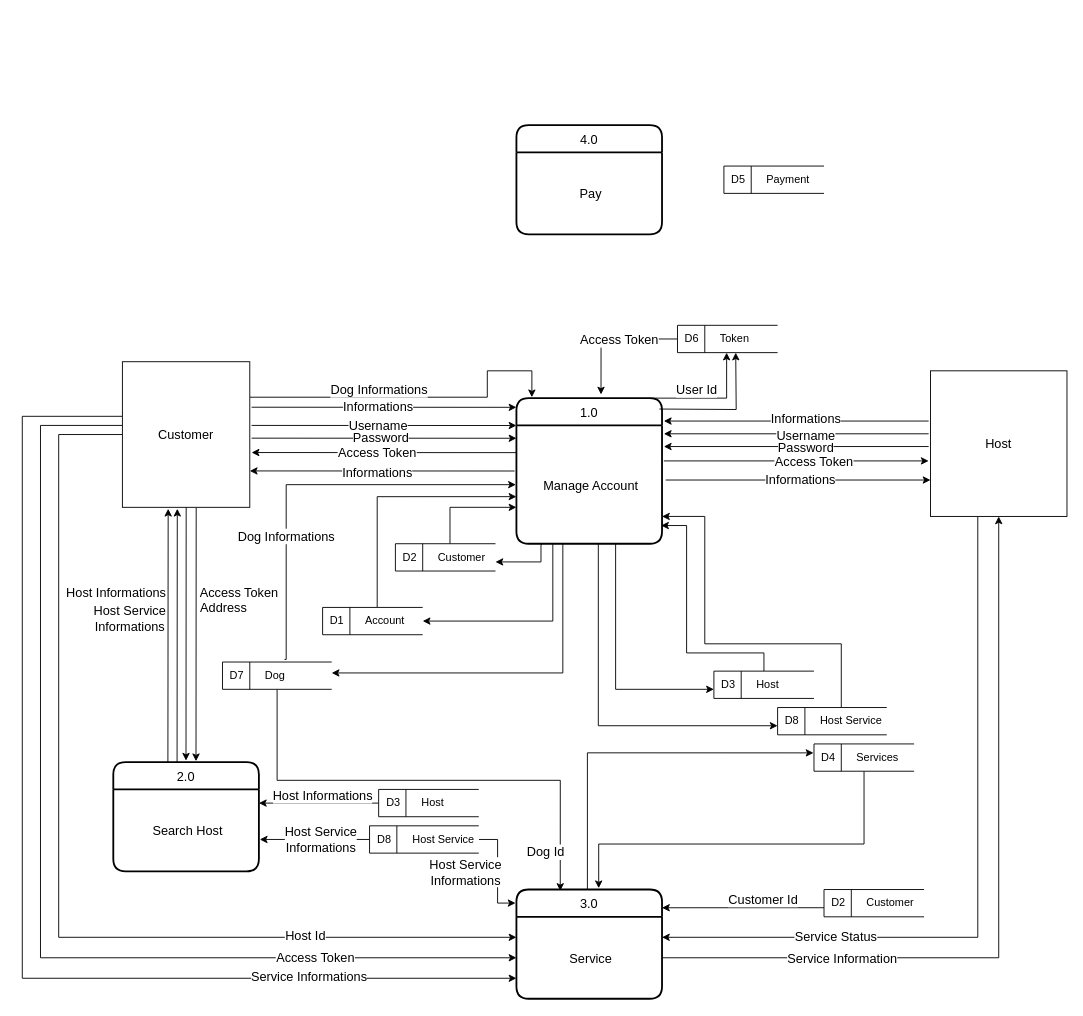
Earlier version of the draw.io diagram page "Level 0" (2 of 3) of ProjectProcesses/HostDog_5DFD/Hostdog_DFD_V3.drawio (Hostdogs/Project_Hostdog). Source tidied: cells renumbered, new cells numbered last; positions are measured from the earlier drawing's top-left corner, leaving out a move shared by most shapes. Both pictures are drawn from the tidied source at 91%, with x=0, y=0 at pixel (22, 125).
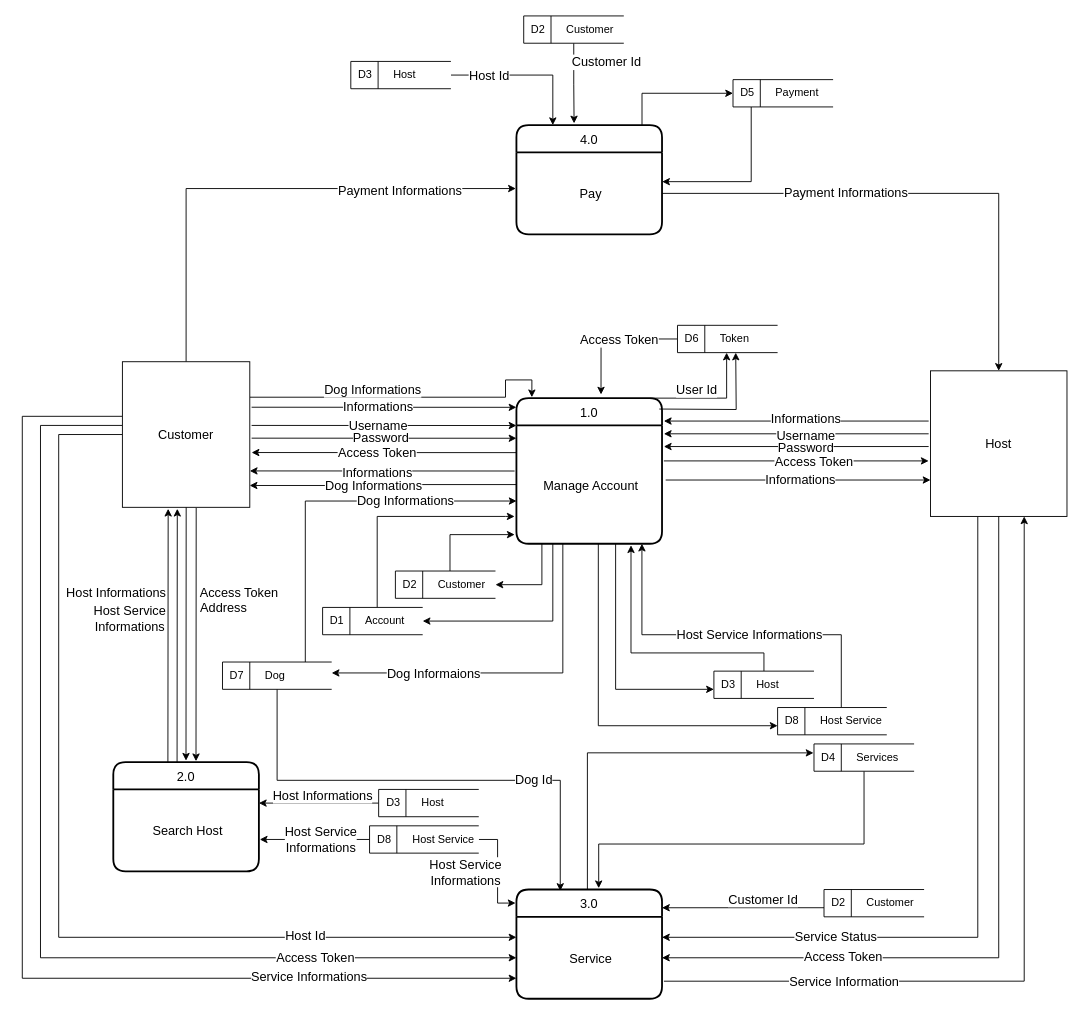
The same diagram, later.

The change refers to these unchanged cells:
```xml
<mxCell id="2" value="1.0" style="swimlane;horizontal=1;startSize=30;rounded=1;fontSize=14;fontStyle=0;strokeWidth=2;shadow=0;dashed=0;align=center;" parent="1" vertex="1">
  <mxGeometry x="543" y="300" width="160" height="160" as="geometry" />
</mxCell>
<mxCell id="3" value="Manage Account" style="align=center;strokeColor=none;fillColor=none;spacingLeft=4;fontSize=14;verticalAlign=middle;" parent="2" vertex="1">
  <mxGeometry y="30" width="160" height="130" as="geometry" />
</mxCell>
<mxCell id="7" value="3.0" style="swimlane;horizontal=1;startSize=30;rounded=1;fontSize=14;fontStyle=0;strokeWidth=2;shadow=0;dashed=0;align=center;" parent="1" vertex="1">
  <mxGeometry x="543" y="840" width="160" height="120" as="geometry" />
</mxCell>
<mxCell id="8" value="Service" style="align=center;strokeColor=none;fillColor=none;spacingLeft=4;fontSize=14;verticalAlign=middle;" parent="7" vertex="1">
  <mxGeometry y="30" width="160" height="90" as="geometry" />
</mxCell>
<mxCell id="9" value="4.0" style="swimlane;horizontal=1;startSize=30;rounded=1;fontSize=14;fontStyle=0;strokeWidth=2;shadow=0;dashed=0;align=center;" parent="1" vertex="1">
  <mxGeometry x="543" width="160" height="120" as="geometry" />
</mxCell>
<mxCell id="10" value="Pay" style="align=center;strokeColor=none;fillColor=none;spacingLeft=4;fontSize=14;verticalAlign=middle;" parent="9" vertex="1">
  <mxGeometry y="30" width="160" height="90" as="geometry" />
</mxCell>
<mxCell id="19" value="Customer" style="whiteSpace=wrap;html=1;align=center;fontSize=14;" parent="1" vertex="1">
  <mxGeometry x="110" y="260" width="140" height="160" as="geometry" />
</mxCell>
<mxCell id="22" value="Host" style="whiteSpace=wrap;html=1;align=center;fontSize=14;" parent="1" vertex="1">
  <mxGeometry x="998" y="270" width="150" height="160" as="geometry" />
</mxCell>
<mxCell id="42" value="&amp;nbsp;D1&amp;nbsp; &amp;nbsp; &amp;nbsp; &amp;nbsp;Account" style="html=1;dashed=0;whitespace=wrap;shape=mxgraph.dfd.dataStoreID;align=left;spacingLeft=3;points=[[0,0],[0.5,0],[1,0],[0,0.5],[1,0.5],[0,1],[0.5,1],[1,1]];" parent="1" vertex="1">
  <mxGeometry x="330" y="530" width="110" height="30" as="geometry" />
</mxCell>
<mxCell id="46" value="&amp;nbsp;D3&amp;nbsp; &amp;nbsp; &amp;nbsp; &amp;nbsp;Host" style="html=1;dashed=0;whitespace=wrap;shape=mxgraph.dfd.dataStoreID;align=left;spacingLeft=3;points=[[0,0],[0.5,0],[1,0],[0,0.5],[1,0.5],[0,1],[0.5,1],[1,1]];" parent="1" vertex="1">
  <mxGeometry x="760" y="600" width="110" height="30" as="geometry" />
</mxCell>
<mxCell id="54" value="&amp;nbsp;D8&amp;nbsp; &amp;nbsp; &amp;nbsp; &amp;nbsp;Host Service" style="html=1;dashed=0;whitespace=wrap;shape=mxgraph.dfd.dataStoreID;align=left;spacingLeft=3;points=[[0,0],[0.5,0],[1,0],[0,0.5],[1,0.5],[0,1],[0.5,1],[1,1]];" parent="1" vertex="1">
  <mxGeometry x="830" y="640" width="120" height="30" as="geometry" />
</mxCell>
<mxCell id="57" style="edgeStyle=orthogonalEdgeStyle;rounded=0;jettySize=auto;html=1;entryX=0.301;entryY=0.013;entryDx=0;entryDy=0;entryPerimeter=0;fontSize=14;align=center;" parent="1" edge="1" source="59" target="7">
  <mxGeometry relative="1" as="geometry">
    <Array as="points">
      <mxPoint x="280" y="720" />
      <mxPoint x="591" y="720" />
    </Array>
  </mxGeometry>
</mxCell>
<mxCell id="59" value="&amp;nbsp;D7&amp;nbsp; &amp;nbsp; &amp;nbsp; &amp;nbsp;Dog" style="html=1;dashed=0;whitespace=wrap;shape=mxgraph.dfd.dataStoreID;align=left;spacingLeft=3;points=[[0,0],[0.5,0],[1,0],[0,0.5],[1,0.5],[0,1],[0.5,1],[1,1]];" parent="1" vertex="1">
  <mxGeometry x="220" y="590" width="120" height="30" as="geometry" />
</mxCell>
<mxCell id="65" style="edgeStyle=orthogonalEdgeStyle;rounded=0;orthogonalLoop=1;jettySize=auto;html=1;entryX=-0.004;entryY=0.47;entryDx=0;entryDy=0;entryPerimeter=0;fontSize=14;align=center;" parent="1" edge="1">
  <mxGeometry relative="1" as="geometry">
    <mxPoint x="594" y="460" as="sourcePoint" />
    <mxPoint x="340" y="602" as="targetPoint" />
    <Array as="points">
      <mxPoint x="594" y="602" />
    </Array>
  </mxGeometry>
</mxCell>
```

Change to the diagram source:
```diff
@@
+    <mxCell id="91" style="edgeStyle=orthogonalEdgeStyle;rounded=0;jettySize=auto;html=1;entryX=1.013;entryY=0.786;entryDx=0;entryDy=0;fontSize=14;align=center;exitX=1.013;exitY=0.786;exitDx=0;exitDy=0;exitPerimeter=0;entryPerimeter=0;" parent="7" edge="1" source="8">
+      <mxGeometry relative="1" as="geometry">
+        <mxPoint x="558" y="-410" as="targetPoint" />
+        <Array as="points">
+          <mxPoint x="558" y="101" />
+        </Array>
+      </mxGeometry>
+    </mxCell>
+    <mxCell id="92" value="Service Information" style="edgeLabel;html=1;align=center;verticalAlign=middle;fontSize=14;" parent="91" vertex="1">
+      <mxGeometry x="-0.54" relative="1" as="geometry">
+        <mxPoint x="-12" as="offset" />
+      </mxGeometry>
+    </mxCell>
+    <mxCell id="93" style="edgeStyle=orthogonalEdgeStyle;rounded=0;jettySize=auto;html=1;entryX=0;entryY=0.5;entryDx=0;entryDy=0;" parent="1" edge="1" source="9" target="49">
+      <mxGeometry relative="1" as="geometry">
+        <Array as="points">
+          <mxPoint x="681" y="-35" />
+        </Array>
+      </mxGeometry>
+    </mxCell>
@@
     <mxCell id="17" style="edgeStyle=orthogonalEdgeStyle;rounded=0;jettySize=auto;html=1;entryX=0.106;entryY=-0.006;entryDx=0;entryDy=0;entryPerimeter=0;fontSize=14;align=center;" parent="1" edge="1" source="19" target="2">
       <mxGeometry relative="1" as="geometry">
         <Array as="points">
-          <mxPoint x="511" y="299" />
-          <mxPoint x="511" y="270" />
-          <mxPoint x="560" y="270" />
+          <mxPoint x="531" y="299" />
+          <mxPoint x="531" y="280" />
+          <mxPoint x="560" y="280" />
         </Array>
       </mxGeometry>
     </mxCell>
@@
+    <mxCell id="94" style="edgeStyle=orthogonalEdgeStyle;rounded=0;jettySize=auto;html=1;entryX=-0.004;entryY=0.441;entryDx=0;entryDy=0;entryPerimeter=0;" parent="1" edge="1" source="19" target="10">
+      <mxGeometry relative="1" as="geometry">
+        <Array as="points">
+          <mxPoint x="180" y="70" />
+        </Array>
+      </mxGeometry>
+    </mxCell>
+    <mxCell id="95" value="Payment Informations" style="edgeLabel;html=1;align=center;verticalAlign=middle;fontSize=14;" parent="94" vertex="1">
+      <mxGeometry x="0.26" y="-2" relative="1" as="geometry">
+        <mxPoint x="77" as="offset" />
+      </mxGeometry>
+    </mxCell>
@@
-    <mxCell id="41" style="edgeStyle=orthogonalEdgeStyle;rounded=0;jettySize=auto;html=1;fontSize=14;align=center;entryX=0;entryY=0.602;entryDx=0;entryDy=0;entryPerimeter=0;" parent="1" edge="1" source="42" target="3">
+    <mxCell id="41" style="edgeStyle=orthogonalEdgeStyle;rounded=0;jettySize=auto;html=1;fontSize=14;align=center;" parent="1" edge="1" source="42">
       <mxGeometry relative="1" as="geometry">
+        <mxPoint x="541" y="430" as="targetPoint" />
         <Array as="points">
-          <mxPoint x="390" y="408" />
+          <mxPoint x="390" y="430" />
+          <mxPoint x="531" y="430" />
         </Array>
       </mxGeometry>
     </mxCell>
@@
-    <mxCell id="43" style="edgeStyle=orthogonalEdgeStyle;rounded=0;jettySize=auto;html=1;fontSize=14;align=center;" parent="1" edge="1" source="44">
+    <mxCell id="43" style="edgeStyle=orthogonalEdgeStyle;rounded=0;jettySize=auto;html=1;fontSize=14;align=center;entryX=-0.012;entryY=0.923;entryDx=0;entryDy=0;entryPerimeter=0;" parent="1" edge="1" source="44" target="3">
       <mxGeometry relative="1" as="geometry">
-        <mxPoint x="543" y="420" as="targetPoint" />
         <Array as="points">
-          <mxPoint x="470" y="420" />
-          <mxPoint x="543" y="420" />
+          <mxPoint x="470" y="450" />
         </Array>
       </mxGeometry>
     </mxCell>
     <mxCell id="44" value="&amp;nbsp;D2&amp;nbsp; &amp;nbsp; &amp;nbsp; &amp;nbsp;Customer" style="html=1;dashed=0;whitespace=wrap;shape=mxgraph.dfd.dataStoreID;align=left;spacingLeft=3;points=[[0,0],[0.5,0],[1,0],[0,0.5],[1,0.5],[0,1],[0.5,1],[1,1]];" parent="1" vertex="1">
-      <mxGeometry x="410" y="460" width="110" height="30" as="geometry" />
+      <mxGeometry x="410" y="490" width="110" height="30" as="geometry" />
     </mxCell>
-    <mxCell id="45" style="edgeStyle=orthogonalEdgeStyle;rounded=0;jettySize=auto;html=1;fontSize=14;align=center;" parent="1" edge="1" source="46">
+    <mxCell id="45" style="edgeStyle=orthogonalEdgeStyle;rounded=0;jettySize=auto;html=1;fontSize=14;align=center;entryX=0.787;entryY=1.013;entryDx=0;entryDy=0;entryPerimeter=0;" parent="1" edge="1" source="46" target="3">
       <mxGeometry relative="1" as="geometry">
-        <mxPoint x="702" y="440" as="targetPoint" />
         <Array as="points">
           <mxPoint x="815" y="580" />
-          <mxPoint x="730" y="580" />
-          <mxPoint x="730" y="440" />
+          <mxPoint x="669" y="580" />
         </Array>
       </mxGeometry>
     </mxCell>
@@
+    <mxCell id="96" style="edgeStyle=orthogonalEdgeStyle;rounded=0;jettySize=auto;html=1;entryX=1.001;entryY=0.357;entryDx=0;entryDy=0;entryPerimeter=0;" parent="1" edge="1" source="49" target="10">
+      <mxGeometry relative="1" as="geometry">
+        <Array as="points">
+          <mxPoint x="801" y="62" />
+        </Array>
+      </mxGeometry>
+    </mxCell>
     <mxCell id="49" value="&amp;nbsp;D5&amp;nbsp; &amp;nbsp; &amp;nbsp; &amp;nbsp;Payment" style="html=1;dashed=0;whitespace=wrap;shape=mxgraph.dfd.dataStoreID;align=left;spacingLeft=3;points=[[0,0],[0.5,0],[1,0],[0,0.5],[1,0.5],[0,1],[0.5,1],[1,1]];" parent="1" vertex="1">
-      <mxGeometry x="771" y="45" width="110" height="30" as="geometry" />
+      <mxGeometry x="781" y="-50" width="110" height="30" as="geometry" />
     </mxCell>
@@
-    <mxCell id="53" style="edgeStyle=orthogonalEdgeStyle;rounded=0;jettySize=auto;html=1;fontSize=14;align=center;" parent="1" edge="1" source="54" target="3">
+    <mxCell id="53" style="edgeStyle=orthogonalEdgeStyle;rounded=0;jettySize=auto;html=1;fontSize=14;align=center;entryX=0.862;entryY=1;entryDx=0;entryDy=0;entryPerimeter=0;" parent="1" edge="1" source="54" target="3">
       <mxGeometry relative="1" as="geometry">
         <Array as="points">
-          <mxPoint x="900" y="570" />
-          <mxPoint x="750" y="570" />
-          <mxPoint x="750" y="430" />
+          <mxPoint x="900" y="560" />
+          <mxPoint x="681" y="560" />
         </Array>
       </mxGeometry>
     </mxCell>
+    <mxCell id="97" value="Host Service Informations" style="edgeLabel;html=1;align=center;verticalAlign=middle;fontSize=14;" parent="53" vertex="1">
+      <mxGeometry x="-0.09" y="-1" relative="1" as="geometry" />
+    </mxCell>
@@
-    <mxCell id="55" style="edgeStyle=orthogonalEdgeStyle;rounded=0;jettySize=auto;html=1;entryX=-0.004;entryY=0.47;entryDx=0;entryDy=0;entryPerimeter=0;fontSize=14;align=center;exitX=0.568;exitY=-0.095;exitDx=0;exitDy=0;exitPerimeter=0;" parent="1" edge="1" source="59">
-      <mxGeometry relative="1" as="geometry">
-        <mxPoint x="542.4" y="395.1" as="targetPoint" />
-        <Array as="points">
-          <mxPoint x="290" y="587" />
-          <mxPoint x="290" y="395" />
-        </Array>
-      </mxGeometry>
-    </mxCell>
-    <mxCell id="56" value="Dog Informations" style="edgeLabel;html=1;align=center;verticalAlign=middle;fontSize=14;" parent="55" vertex="1">
-      <mxGeometry x="-0.38" y="1" relative="1" as="geometry" />
-    </mxCell>
@@
     <mxCell id="58" value="Dog Id" style="edgeLabel;html=1;align=center;verticalAlign=middle;fontSize=14;" parent="57" vertex="1">
       <mxGeometry x="0.85" y="-3" relative="1" as="geometry">
-        <mxPoint x="-14" y="-3" as="offset" />
+        <mxPoint x="-27" y="-83" as="offset" />
       </mxGeometry>
     </mxCell>
+    <mxCell id="98" style="edgeStyle=orthogonalEdgeStyle;rounded=0;jettySize=auto;html=1;entryX=0.001;entryY=0.639;entryDx=0;entryDy=0;entryPerimeter=0;fontSize=14;" parent="1" edge="1" source="59" target="3">
+      <mxGeometry relative="1" as="geometry">
+        <Array as="points">
+          <mxPoint x="311" y="413" />
+        </Array>
+      </mxGeometry>
+    </mxCell>
+    <mxCell id="99" value="Dog Informations" style="edgeLabel;html=1;align=center;verticalAlign=middle;fontSize=14;" parent="98" vertex="1">
+      <mxGeometry x="0.4" y="1" relative="1" as="geometry" />
+    </mxCell>
@@
-    <mxCell id="61" style="edgeStyle=orthogonalEdgeStyle;rounded=0;jettySize=auto;html=1;entryX=0;entryY=0.75;entryDx=0;entryDy=0;fontSize=14;align=center;exitX=0.175;exitY=1.006;exitDx=0;exitDy=0;exitPerimeter=0;" parent="1" edge="1" source="3">
-      <mxGeometry relative="1" as="geometry">
-        <mxPoint x="520" y="480" as="targetPoint" />
-        <Array as="points">
-          <mxPoint x="570" y="461" />
-          <mxPoint x="570" y="480" />
-        </Array>
-      </mxGeometry>
-    </mxCell>
@@
+    <mxCell id="100" value="Dog Informaions" style="edgeLabel;html=1;align=center;verticalAlign=middle;fontSize=14;" parent="65" vertex="1">
+      <mxGeometry x="0.44" relative="1" as="geometry" />
+    </mxCell>
@@
-    <mxCell id="89" style="edgeStyle=orthogonalEdgeStyle;rounded=0;jettySize=auto;html=1;entryX=0.5;entryY=1;entryDx=0;entryDy=0;fontSize=14;align=center;" parent="1" edge="1" source="8" target="22">
-      <mxGeometry relative="1" as="geometry" />
+    <mxCell id="89" style="edgeStyle=orthogonalEdgeStyle;rounded=0;jettySize=auto;html=1;fontSize=14;align=center;exitX=0.5;exitY=1;exitDx=0;exitDy=0;entryX=1;entryY=0.5;entryDx=0;entryDy=0;" parent="1" edge="1" source="22" target="8">
+      <mxGeometry relative="1" as="geometry">
+        <Array as="points">
+          <mxPoint x="1073" y="915" />
+        </Array>
+      </mxGeometry>
     </mxCell>
-    <mxCell id="90" value="Service Information" style="edgeLabel;html=1;align=center;verticalAlign=middle;fontSize=14;" parent="89" vertex="1">
-      <mxGeometry x="-0.54" relative="1" as="geometry" />
+    <mxCell id="90" value="Access Token" style="edgeLabel;html=1;align=center;verticalAlign=middle;fontSize=14;" parent="89" vertex="1">
+      <mxGeometry x="-0.54" relative="1" as="geometry">
+        <mxPoint x="-172" y="286" as="offset" />
+      </mxGeometry>
     </mxCell>
+    <mxCell id="101" style="edgeStyle=orthogonalEdgeStyle;rounded=0;jettySize=auto;html=1;entryX=0.5;entryY=0;entryDx=0;entryDy=0;" parent="1" edge="1" source="10" target="22">
+      <mxGeometry relative="1" as="geometry" />
+    </mxCell>
+    <mxCell id="102" value="Payment Informations" style="edgeLabel;html=1;align=center;verticalAlign=middle;fontSize=14;" parent="101" vertex="1">
+      <mxGeometry x="-0.29" y="2" relative="1" as="geometry" />
+    </mxCell>
+    <mxCell id="103" style="edgeStyle=orthogonalEdgeStyle;rounded=0;jettySize=auto;html=1;entryX=0.25;entryY=0;entryDx=0;entryDy=0;" parent="1" edge="1" source="105" target="9">
+      <mxGeometry relative="1" as="geometry">
+        <Array as="points">
+          <mxPoint x="583" y="-55" />
+        </Array>
+      </mxGeometry>
+    </mxCell>
+    <mxCell id="104" value="Host Id" style="edgeLabel;html=1;align=center;verticalAlign=middle;fontSize=14;" parent="103" vertex="1">
+      <mxGeometry x="-0.51" relative="1" as="geometry" />
+    </mxCell>
+    <mxCell id="105" value="&amp;nbsp;D3&amp;nbsp; &amp;nbsp; &amp;nbsp; &amp;nbsp;Host" style="html=1;dashed=0;whitespace=wrap;shape=mxgraph.dfd.dataStoreID;align=left;spacingLeft=3;points=[[0,0],[0.5,0],[1,0],[0,0.5],[1,0.5],[0,1],[0.5,1],[1,1]];" parent="1" vertex="1">
+      <mxGeometry x="361" y="-70" width="110" height="30" as="geometry" />
+    </mxCell>
+    <mxCell id="106" style="edgeStyle=orthogonalEdgeStyle;rounded=0;jettySize=auto;html=1;entryX=0.396;entryY=-0.016;entryDx=0;entryDy=0;entryPerimeter=0;" parent="1" edge="1" source="108" target="9">
+      <mxGeometry relative="1" as="geometry" />
+    </mxCell>
+    <mxCell id="107" value="Customer Id" style="edgeLabel;html=1;align=center;verticalAlign=middle;fontSize=14;" parent="106" vertex="1">
+      <mxGeometry x="-0.24" y="1" relative="1" as="geometry">
+        <mxPoint x="34" y="-14" as="offset" />
+      </mxGeometry>
+    </mxCell>
+    <mxCell id="108" value="&amp;nbsp;D2&amp;nbsp; &amp;nbsp; &amp;nbsp; &amp;nbsp;Customer" style="html=1;dashed=0;whitespace=wrap;shape=mxgraph.dfd.dataStoreID;align=left;spacingLeft=3;points=[[0,0],[0.5,0],[1,0],[0,0.5],[1,0.5],[0,1],[0.5,1],[1,1]];" parent="1" vertex="1">
+      <mxGeometry x="551" y="-120" width="110" height="30" as="geometry" />
+    </mxCell>
+    <mxCell id="109" style="edgeStyle=orthogonalEdgeStyle;rounded=0;jettySize=auto;html=1;entryX=1;entryY=0.5;entryDx=0;entryDy=0;fontSize=14;" parent="1" edge="1" source="3" target="44">
+      <mxGeometry relative="1" as="geometry">
+        <Array as="points">
+          <mxPoint x="571" y="505" />
+        </Array>
+      </mxGeometry>
+    </mxCell>
+    <mxCell id="110" style="edgeStyle=orthogonalEdgeStyle;rounded=0;jettySize=auto;html=1;entryX=0.999;entryY=0.85;entryDx=0;entryDy=0;entryPerimeter=0;fontSize=14;" parent="1" edge="1" source="3" target="19">
+      <mxGeometry relative="1" as="geometry" />
+    </mxCell>
+    <mxCell id="111" value="Dog Informations" style="edgeLabel;html=1;align=center;verticalAlign=middle;fontSize=14;" parent="110" vertex="1">
+      <mxGeometry x="0.12" y="-1" relative="1" as="geometry">
+        <mxPoint x="6" as="offset" />
+      </mxGeometry>
+    </mxCell>
```
